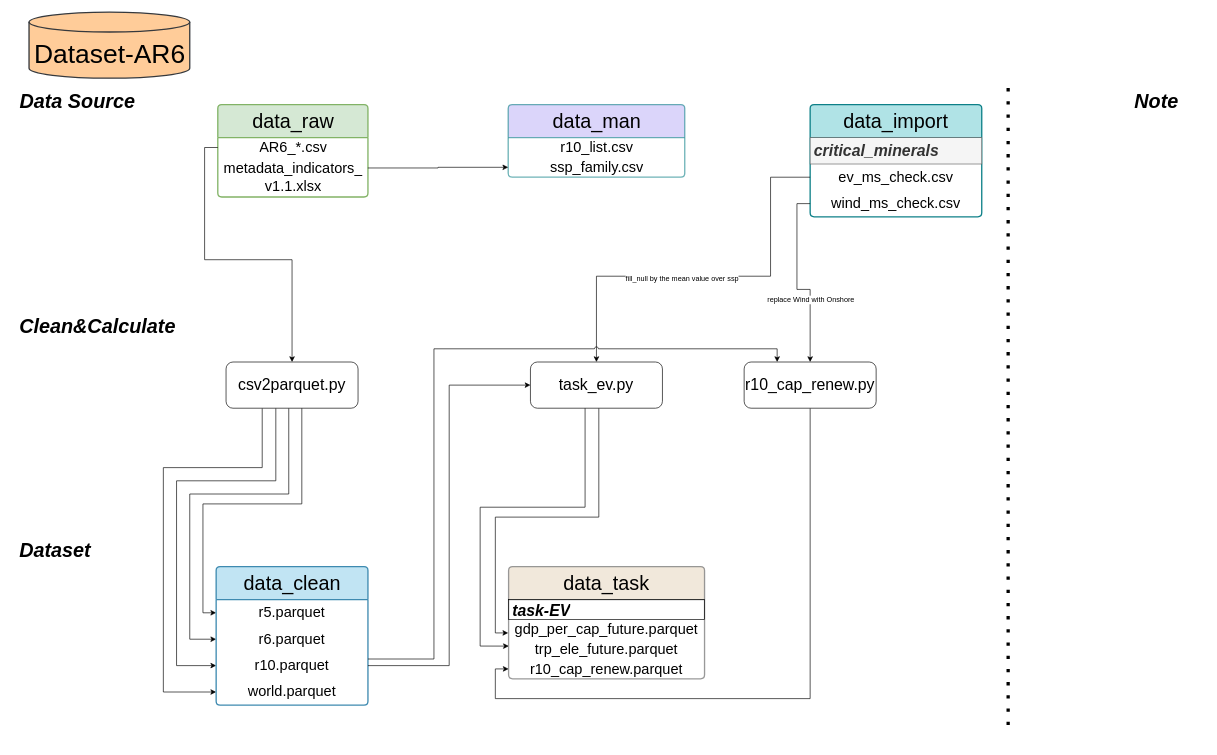
Earlier version of the draw.io diagram structure.drawio (jenchen95/dataset-ar6). Source tidied: cells renumbered, new cells numbered last; positions are measured from the earlier drawing's top-left corner, leaving out a move shared by most shapes. Both pictures are drawn from the tidied source at 66%, with x=0, y=0 at pixel (11, 12).
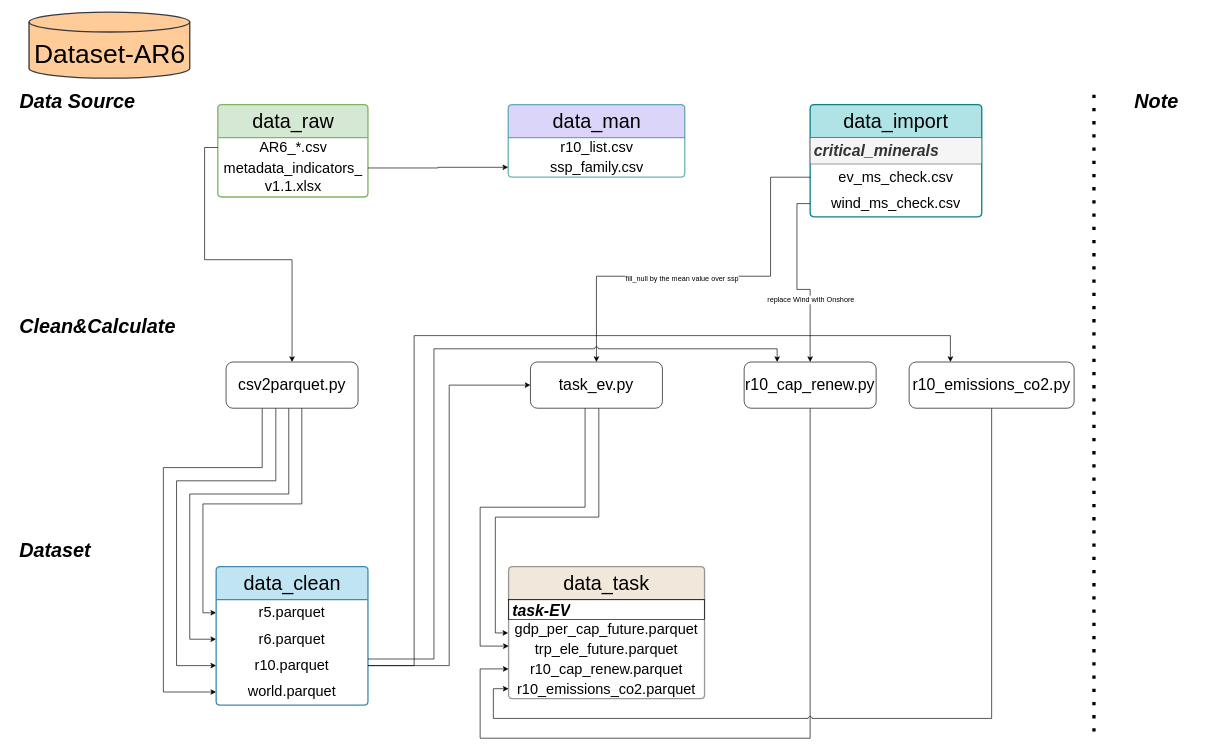
The same page after the edit.

Commit message (it also covers changes not shown here):
[task] emissions for co2

Unchanged cells that the change refers to:
```xml
<mxCell id="29" value="&lt;font style=&quot;font-size: 22px;&quot;&gt;r10_cap_renew.parquet&lt;/font&gt;" style="text;strokeColor=none;fillColor=none;align=center;verticalAlign=middle;spacingLeft=4;spacingRight=4;overflow=hidden;points=[[0,0.5],[1,0.5]];portConstraint=eastwest;whiteSpace=wrap;html=1;" parent="25" vertex="1">
  <mxGeometry y="140" width="296.9" height="30" as="geometry" />
</mxCell>
<mxCell id="36" value="r10.parquet" style="text;strokeColor=none;fillColor=none;align=center;verticalAlign=top;spacingLeft=4;spacingRight=4;overflow=hidden;points=[[0,0.5],[1,0.5]];portConstraint=eastwest;whiteSpace=wrap;html=1;fontSize=22;" parent="33" vertex="1">
  <mxGeometry y="130" width="230" height="40" as="geometry" />
</mxCell>
<mxCell id="43" value="&lt;font style=&quot;font-size: 24px;&quot;&gt;r10_cap_renew.py&lt;/font&gt;" style="rounded=1;whiteSpace=wrap;html=1;" parent="1" vertex="1">
  <mxGeometry x="1110" y="530" width="200" height="70" as="geometry" />
</mxCell>
```

Diff of the diagram source:
```diff
@@
     <mxCell id="14" style="endArrow=none;dashed=1;html=1;dashPattern=1 3;strokeWidth=5;rounded=0;" parent="1" edge="1">
       <mxGeometry relative="1" as="geometry">
-        <mxPoint x="1510" y="1080" as="sourcePoint" />
-        <mxPoint x="1510" y="110" as="targetPoint" />
+        <mxPoint x="1640" y="1090" as="sourcePoint" />
+        <mxPoint x="1640" y="120" as="targetPoint" />
       </mxGeometry>
     </mxCell>
@@
     <mxCell id="25" value="&lt;span style=&quot;font-size: 30px;&quot;&gt;data_task&lt;/span&gt;" style="swimlane;fontStyle=0;horizontal=1;startSize=50;whiteSpace=wrap;html=1;fillColor=#eee3d3;strokeColor=#808080;rounded=1;align=center;fillStyle=auto;strokeWidth=2;shadow=0;dashed=0;arcSize=4;opacity=80;" parent="1" vertex="1">
-      <mxGeometry x="753.1" y="840" width="296.9" height="170" as="geometry" />
+      <mxGeometry x="753.1" y="840" width="296.9" height="200" as="geometry" />
     </mxCell>
@@
+    <mxCell id="47" value="&lt;font style=&quot;font-size: 22px;&quot;&gt;r10_emissions_co2.parquet&lt;/font&gt;" style="text;strokeColor=none;fillColor=none;align=center;verticalAlign=middle;spacingLeft=4;spacingRight=4;overflow=hidden;points=[[0,0.5],[1,0.5]];portConstraint=eastwest;whiteSpace=wrap;html=1;" parent="25" vertex="1">
+      <mxGeometry y="170" width="296.9" height="30" as="geometry" />
+    </mxCell>
@@
     <mxCell id="42" style="edgeStyle=orthogonalEdgeStyle;rounded=0;jettySize=auto;html=1;exitX=0.5;exitY=1;exitDx=0;exitDy=0;entryX=0;entryY=0.5;entryDx=0;entryDy=0;" parent="1" edge="1" source="43" target="29">
       <mxGeometry relative="1" as="geometry">
         <Array as="points">
-          <mxPoint x="1210" y="1040" />
-          <mxPoint x="733" y="1040" />
-          <mxPoint x="733" y="995" />
+          <mxPoint x="1210" y="1100" />
+          <mxPoint x="710" y="1100" />
+          <mxPoint x="710" y="995" />
         </Array>
       </mxGeometry>
     </mxCell>
@@
+    <mxCell id="48" style="edgeStyle=orthogonalEdgeStyle;rounded=0;jettySize=auto;html=1;exitX=0.5;exitY=1;exitDx=0;exitDy=0;entryX=0;entryY=0.5;entryDx=0;entryDy=0;jumpStyle=arc;" parent="1" edge="1" source="49" target="47">
+      <mxGeometry relative="1" as="geometry">
+        <Array as="points">
+          <mxPoint x="1485" y="1070" />
+          <mxPoint x="730" y="1070" />
+          <mxPoint x="730" y="1025" />
+        </Array>
+      </mxGeometry>
+    </mxCell>
+    <mxCell id="49" value="&lt;font style=&quot;font-size: 24px;&quot;&gt;r10_emissions_co2.py&lt;/font&gt;" style="rounded=1;whiteSpace=wrap;html=1;" parent="1" vertex="1">
+      <mxGeometry x="1360" y="530" width="250" height="70" as="geometry" />
+    </mxCell>
+    <mxCell id="50" style="edgeStyle=orthogonalEdgeStyle;rounded=0;jettySize=auto;html=1;exitX=1;exitY=0.5;exitDx=0;exitDy=0;entryX=0.25;entryY=0;entryDx=0;entryDy=0;" parent="1" edge="1" source="36" target="49">
+      <mxGeometry relative="1" as="geometry">
+        <Array as="points">
+          <mxPoint x="610" y="990" />
+          <mxPoint x="610" y="490" />
+          <mxPoint x="1423" y="490" />
+        </Array>
+      </mxGeometry>
+    </mxCell>
```
